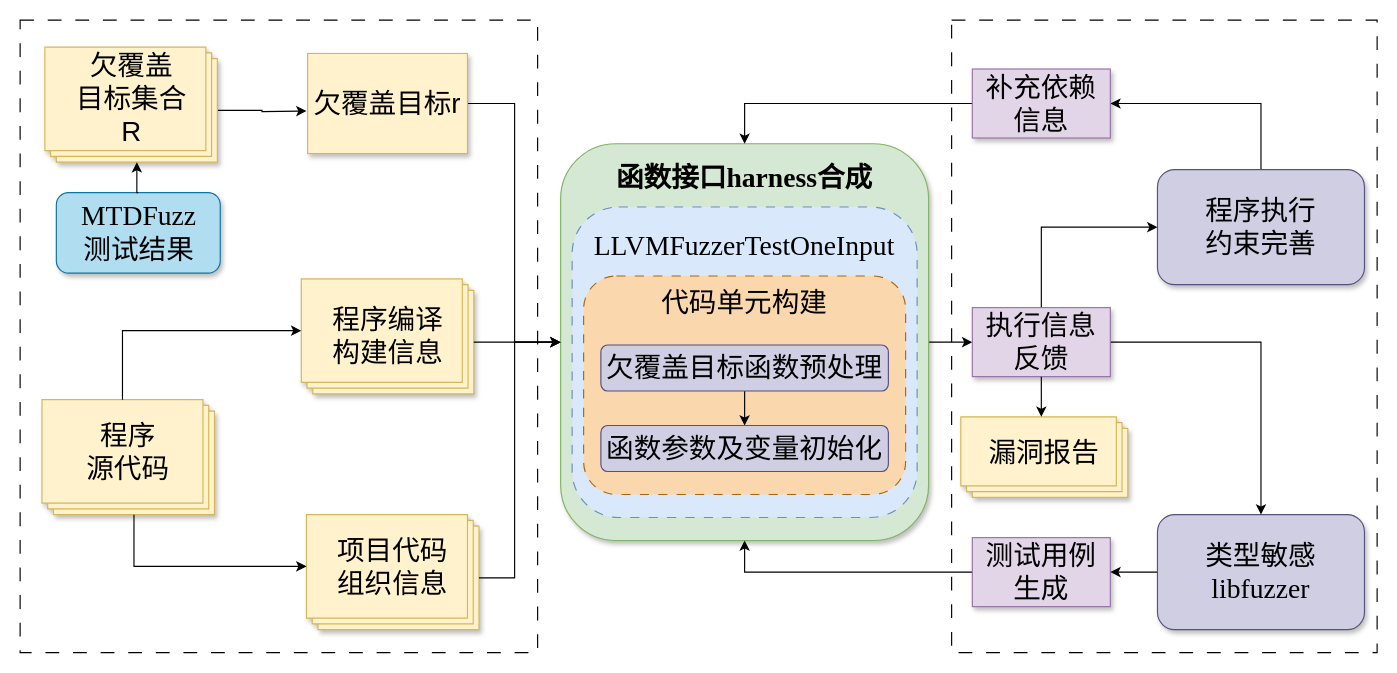
This is page "第 8 页" (8 of 8) of 未命名绘图.drawio from blu3sh0rk/Draw, a draw.io file, before an edit. Source tidied: cells renumbered, new cells numbered last; positions are measured from the earlier drawing's top-left corner, leaving out a move shared by most shapes. Both pictures are drawn from the tidied source at 115%, with x=0, y=0 at pixel (20, 20).
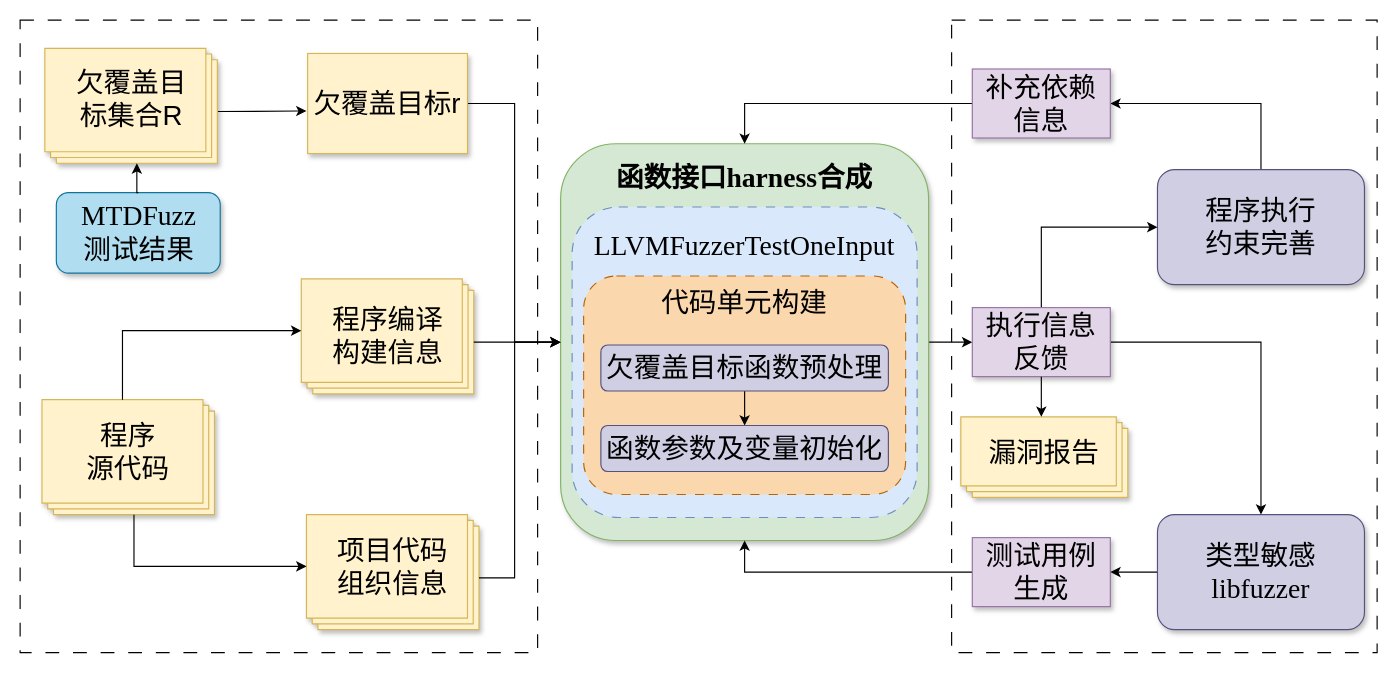
Above is the later version.

Unchanged cells that the change refers to:
```xml
<mxCell id="12" style="group;" parent="1" vertex="1">
  <mxGeometry x="21.5" y="23.5" width="150" height="100" as="geometry" />
</mxCell>
```

The edit, as a diff of the source:
```diff
@@
     <mxCell id="14" style="verticalLabelPosition=bottom;verticalAlign=top;html=1;shape=mxgraph.basic.layered_rect;dx=10;outlineConnect=0;whiteSpace=wrap;fontFamily=黑体;fontSize=11;fillColor=#fff2cc;strokeColor=#d6b656;shadow=1;" parent="12" vertex="1">
-      <mxGeometry width="150" height="100" as="geometry" />
+      <mxGeometry y="1" width="150" height="100" as="geometry" />
     </mxCell>
-    <mxCell id="15" value="欠覆盖&lt;div&gt;目标集合R&lt;/div&gt;" style="text;strokeColor=none;align=center;fillColor=none;html=1;verticalAlign=middle;whiteSpace=wrap;rounded=0;fontFamily=黑体;fontSize=24;" parent="12" vertex="1">
+    <mxCell id="15" value="欠覆盖&lt;span style=&quot;background-color: initial;&quot;&gt;目标集合R&lt;/span&gt;" style="text;strokeColor=none;align=center;fillColor=none;html=1;verticalAlign=middle;whiteSpace=wrap;rounded=0;fontFamily=黑体;fontSize=24;" parent="12" vertex="1">
       <mxGeometry x="20" y="30" width="110" height="30" as="geometry" />
     </mxCell>
```
